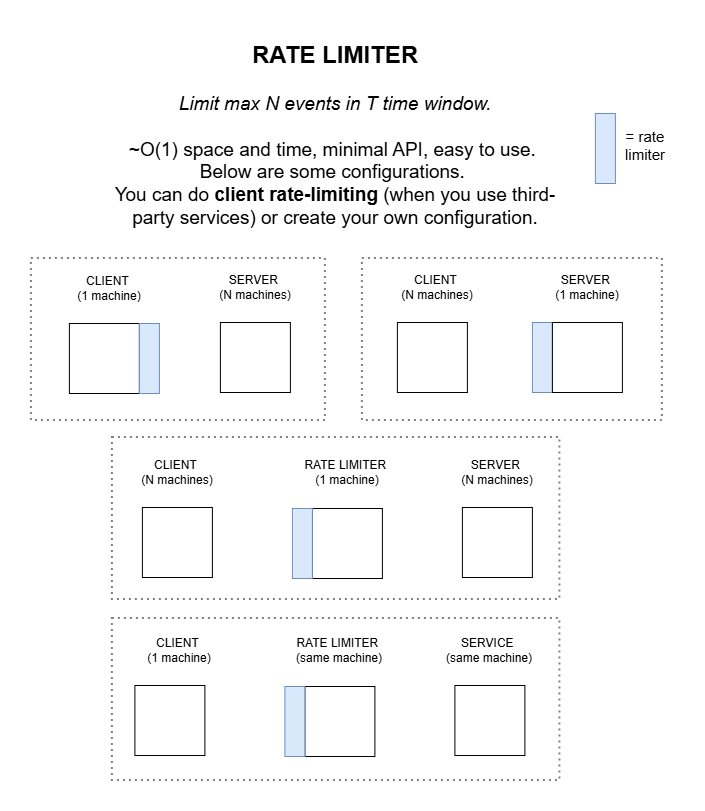
This is media/overview.png from tave8/rate-limiter-algo, a draw.io export, as it was before one commit. Source tidied: cells renumbered, new cells last; positions are measured from the earlier drawing's top-left corner, leaving out a move shared by most shapes.
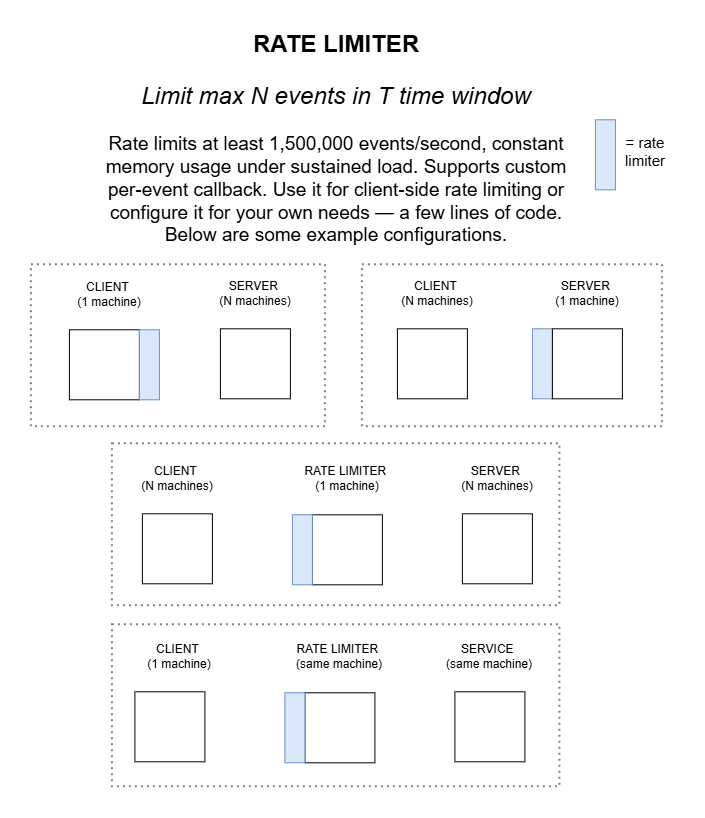
The same diagram one commit later.

The edit, as a diff of the source:
```diff
@@ -14,8 +14,8 @@
     <mxCell id="5" style="rounded=0;whiteSpace=wrap;html=1;" parent="1" vertex="1">
       <mxGeometry x="38" y="293" width="70" height="70" as="geometry" />
     </mxCell>
-    <mxCell id="6" value="&lt;b&gt;&lt;font style=&quot;font-size: 24px;&quot;&gt;RATE LIMITER&lt;/font&gt;&lt;/b&gt;&lt;div&gt;&lt;div&gt;&lt;span style=&quot;font-size: 19px;&quot;&gt;&lt;br&gt;&lt;/span&gt;&lt;/div&gt;&lt;div&gt;&lt;span style=&quot;font-size: 19px;&quot;&gt;&lt;i&gt;Limit max N events in T time window.&lt;/i&gt;&lt;/span&gt;&lt;/div&gt;&lt;div&gt;&lt;span style=&quot;font-size: 19px;&quot;&gt;&lt;br&gt;&lt;/span&gt;&lt;/div&gt;&lt;div&gt;&lt;span style=&quot;font-size: 19px;&quot;&gt;~O(1) space and time, minimal API, easy to use.&amp;nbsp;&lt;/span&gt;&lt;/div&gt;&lt;div&gt;&lt;span style=&quot;background-color: transparent; color: light-dark(rgb(0, 0, 0), rgb(255, 255, 255)); font-size: 19px;&quot;&gt;Below are some configurations.&amp;nbsp;&lt;/span&gt;&lt;/div&gt;&lt;div&gt;&lt;span style=&quot;background-color: transparent; color: light-dark(rgb(0, 0, 0), rgb(255, 255, 255)); font-size: 19px;&quot;&gt;You can do &lt;/span&gt;&lt;b style=&quot;background-color: transparent; color: light-dark(rgb(0, 0, 0), rgb(255, 255, 255)); font-size: 19px;&quot;&gt;client rate-limiting&lt;/b&gt;&lt;span style=&quot;background-color: transparent; color: light-dark(rgb(0, 0, 0), rgb(255, 255, 255)); font-size: 19px;&quot;&gt;&amp;nbsp;(when you use third-party services) or create your own configuration.&lt;/span&gt;&lt;/div&gt;&lt;/div&gt;" style="text;html=1;whiteSpace=wrap;strokeColor=none;fillColor=none;align=center;verticalAlign=middle;rounded=0;" parent="1" vertex="1">
-      <mxGeometry x="64" width="480" height="210" as="geometry" />
+    <mxCell id="6" value="&lt;b&gt;&lt;font style=&quot;font-size: 24px;&quot;&gt;RATE LIMITER&lt;/font&gt;&lt;/b&gt;&lt;div&gt;&lt;div&gt;&lt;span style=&quot;font-size: 19px;&quot;&gt;&lt;br&gt;&lt;/span&gt;&lt;/div&gt;&lt;div&gt;&lt;i style=&quot;&quot;&gt;&lt;font style=&quot;font-size: 24px;&quot;&gt;Limit max N events in T time window&lt;/font&gt;&lt;/i&gt;&lt;/div&gt;&lt;div&gt;&lt;span style=&quot;font-size: 19px; background-color: transparent; color: light-dark(rgb(0, 0, 0), rgb(255, 255, 255));&quot;&gt;&lt;br&gt;&lt;/span&gt;&lt;/div&gt;&lt;div&gt;&lt;span style=&quot;font-size: 19px;&quot;&gt;Rate limits at least 1,500,000 events/second, constant memory usage under sustained load. Supports custom per-event callback. Use it for client-side rate limiting or configure it for your own needs — a few lines of code. Below are some example configurations.&lt;/span&gt;&lt;/div&gt;&lt;/div&gt;" style="text;html=1;whiteSpace=wrap;strokeColor=none;fillColor=none;align=center;verticalAlign=middle;rounded=0;" parent="1" vertex="1">
+      <mxGeometry x="64.8" y="-3" width="480" height="210" as="geometry" />
     </mxCell>
     <mxCell id="7" style="rounded=0;whiteSpace=wrap;html=1;fillColor=#dae8fc;strokeColor=#6c8ebf;" parent="1" vertex="1">
       <mxGeometry x="108" y="293" width="20" height="70" as="geometry" />
```
